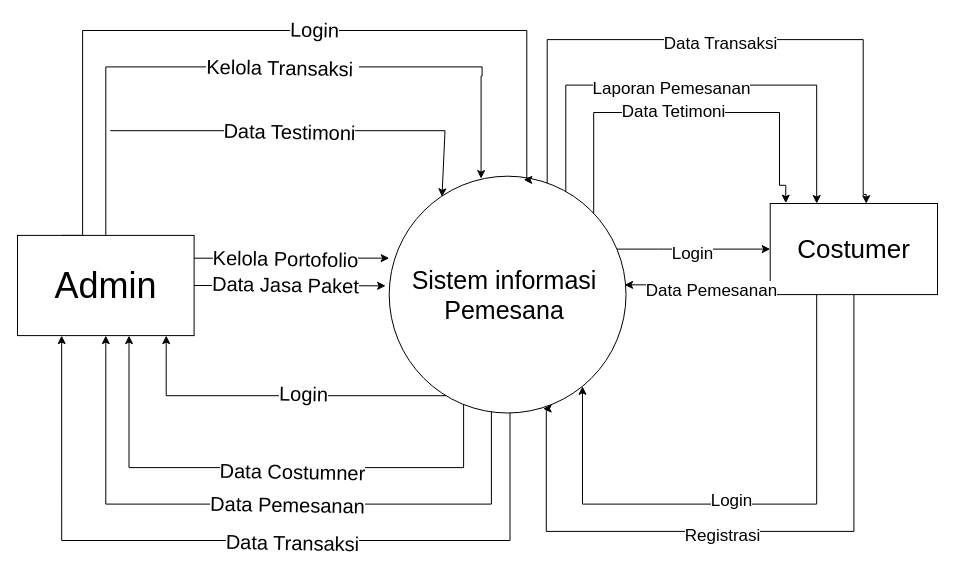
Earlier version of the draw.io diagram page "Halaman-2" (2 of 5) of Diagram Tanpa Judul.drawio (NayaRPL/78). Source tidied: cells renumbered, new cells numbered last; positions are measured from the earlier drawing's top-left corner, leaving out a move shared by most shapes. Both pictures are drawn from the tidied source at 100%, with x=0, y=0 at pixel (17, 30).
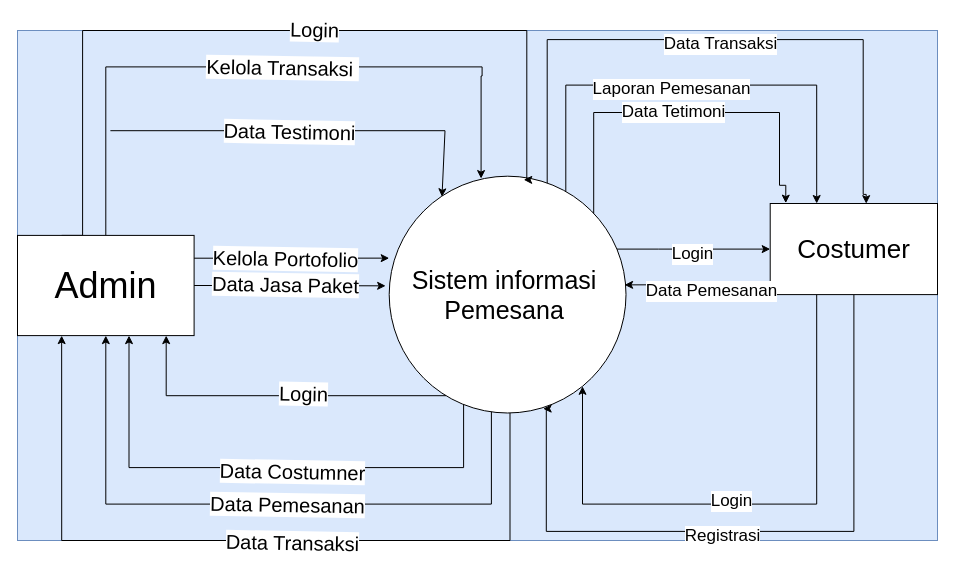
After the change.

What changed in the source:
```diff
@@
-    <mxCell id="2" style="group;" parent="1" vertex="1">
+    <mxCell id="2" style="group;fillColor=#dae8fc;strokeColor=#6c8ebf;" parent="1" vertex="1">
       <mxGeometry width="920" height="510" as="geometry" />
     </mxCell>
```
